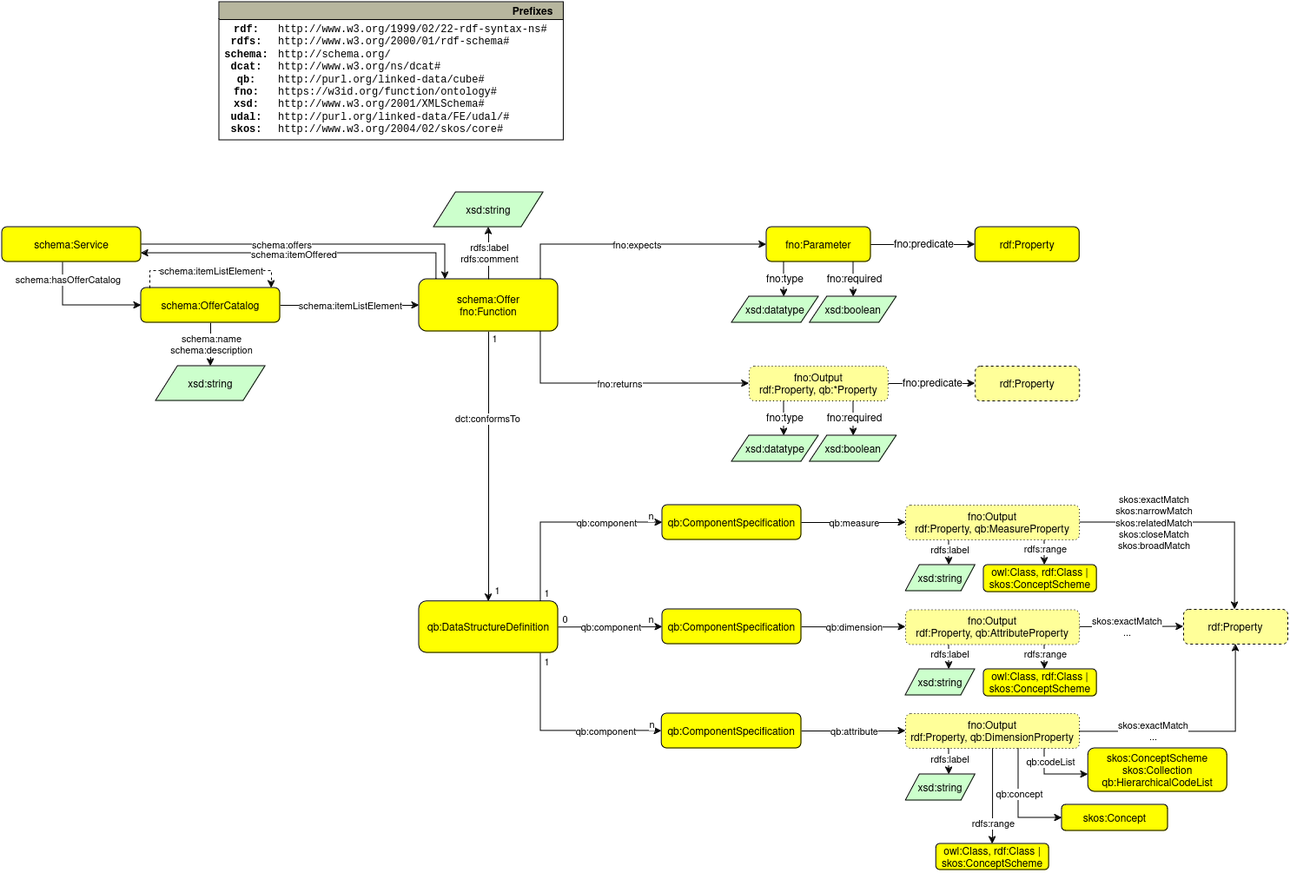
Above: design/core-classes-diagram.drawio.png in fair-ease/dataset-demand-register (draw.io), before the change. Source tidied: cells renumbered, new cells last; positions are measured from the earlier drawing's top-left corner, leaving out a move shared by most shapes.
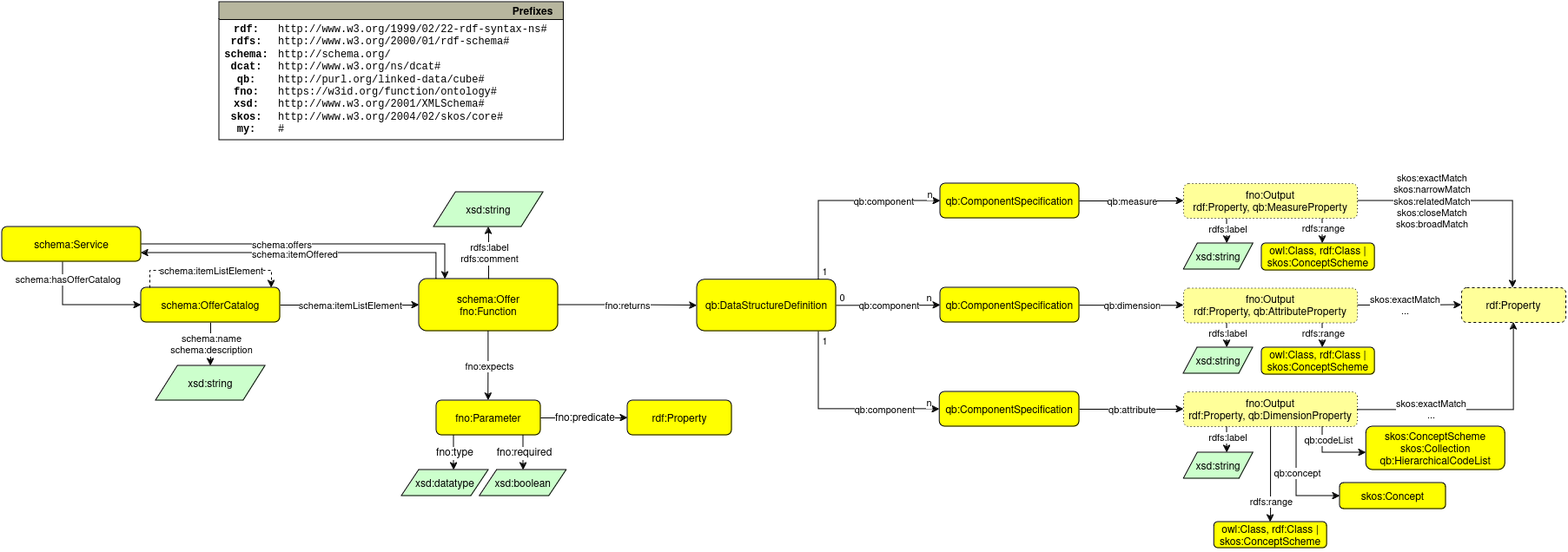
Later version of the same file.

The edit, as a diff of the source:
```diff
@@ -43,7 +43,7 @@
       <mxGeometry relative="1" as="geometry" />
     </mxCell>
     <mxCell id="12" value="xsd:string" style="graphMlID=n6;shape=parallelogram;fillColor=#ccffcc;strokeColor=#000000;strokeWidth=1.0;" parent="1" vertex="1">
-      <mxGeometry x="497" y="219" width="126.1" height="40" as="geometry" />
+      <mxGeometry x="177" y="589" width="126.1" height="40" as="geometry" />
     </mxCell>
     <mxCell id="13" style="rounded=0;jettySize=auto;html=1;" parent="1" edge="1" source="3" target="95">
       <mxGeometry relative="1" as="geometry" />
@@ -57,37 +57,17 @@
     <mxCell id="16" value="qb:dimension" style="edgeLabel;html=1;align=center;verticalAlign=middle;" parent="15" vertex="1">
       <mxGeometry relative="1" as="geometry" />
     </mxCell>
-    <mxCell id="17" style="edgeStyle=orthogonalEdgeStyle;rounded=0;jettySize=auto;html=1;" parent="1" edge="1" source="21" target="78">
-      <mxGeometry relative="1" as="geometry" />
-    </mxCell>
-    <mxCell id="18" value="dct:conformsTo" style="edgeLabel;html=1;align=center;verticalAlign=middle;" parent="17" vertex="1">
-      <mxGeometry x="-0.35" y="-2" relative="1" as="geometry" />
-    </mxCell>
-    <mxCell id="19" value="1" style="edgeLabel;html=1;align=center;verticalAlign=middle;" parent="17" vertex="1">
-      <mxGeometry x="-0.94" relative="1" as="geometry">
-        <mxPoint x="6" as="offset" />
-      </mxGeometry>
-    </mxCell>
-    <mxCell id="20" value="1" style="edgeLabel;html=1;align=center;verticalAlign=middle;" parent="17" vertex="1">
-      <mxGeometry x="0.92" y="1" relative="1" as="geometry">
-        <mxPoint x="8" as="offset" />
-      </mxGeometry>
-    </mxCell>
     <mxCell id="21" value="schema:Offer&#10;fno:Function" style="graphMlID=n4;shape=rect;rounded=1;arcsize=30;fillColor=#ffff00;strokeColor=#000000;strokeWidth=1.0;fontSize=12;fontStyle=0;" parent="1" vertex="1">
-      <mxGeometry x="480" y="319" width="160" height="60" as="geometry" />
+      <mxGeometry x="160" y="689" width="160" height="60" as="geometry" />
     </mxCell>
     <mxCell id="22" style="rounded=0;jettySize=auto;html=1;edgeStyle=orthogonalEdgeStyle;" parent="1" edge="1" source="21" target="24">
-      <mxGeometry relative="1" as="geometry">
-        <Array as="points">
-          <mxPoint x="620" y="279" />
-        </Array>
-      </mxGeometry>
+      <mxGeometry relative="1" as="geometry" />
     </mxCell>
     <mxCell id="23" value="fno:expects" style="edgeLabel;html=1;align=center;verticalAlign=middle;" parent="22" vertex="1">
       <mxGeometry relative="1" as="geometry" />
     </mxCell>
     <mxCell id="24" value="fno:Parameter" style="graphMlID=n4;shape=rect;rounded=1;arcsize=30;fillColor=#ffff00;strokeColor=#000000;strokeWidth=1.0;" parent="1" vertex="1">
-      <mxGeometry x="879.9" y="259" width="120" height="40" as="geometry" />
+      <mxGeometry x="179.9" y="829" width="120" height="40" as="geometry" />
     </mxCell>
     <mxCell id="25" style="endArrow=classic;html=1;textDirection=ltr;rounded=0;edgeStyle=orthogonalEdgeStyle;" parent="1" edge="1" source="24" target="91">
       <mxGeometry relative="1" as="geometry" />
@@ -98,8 +78,8 @@
     <mxCell id="27" style="endArrow=classic;html=1;textDirection=ltr;rounded=0;edgeStyle=orthogonalEdgeStyle;" parent="1" edge="1" source="24" target="62">
       <mxGeometry relative="1" as="geometry">
         <Array as="points">
-          <mxPoint x="900" y="329" />
-          <mxPoint x="900" y="329" />
+          <mxPoint x="200" y="899" />
+          <mxPoint x="200" y="899" />
         </Array>
       </mxGeometry>
     </mxCell>
@@ -109,8 +89,8 @@
     <mxCell id="29" style="endArrow=classic;html=1;textDirection=ltr;rounded=0;edgeStyle=orthogonalEdgeStyle;" parent="1" edge="1" source="24" target="54">
       <mxGeometry relative="1" as="geometry">
         <Array as="points">
-          <mxPoint x="980" y="329" />
-          <mxPoint x="980" y="329" />
+          <mxPoint x="280" y="899" />
+          <mxPoint x="280" y="899" />
         </Array>
       </mxGeometry>
     </mxCell>
@@ -130,12 +110,12 @@
       <mxGeometry relative="1" as="geometry" />
     </mxCell>
     <mxCell id="35" value="schema:OfferCatalog" style="graphMlID=n4;shape=rect;rounded=1;arcsize=30;fillColor=#ffff00;strokeColor=#000000;strokeWidth=1.0;fontStyle=0;" parent="1" vertex="1">
-      <mxGeometry x="160" y="329" width="160" height="40" as="geometry" />
+      <mxGeometry x="-160" y="699" width="160" height="40" as="geometry" />
     </mxCell>
     <mxCell id="36" style="rounded=0;orthogonalLoop=1;jettySize=auto;html=1;dashed=1;edgeStyle=orthogonalEdgeStyle;" parent="1" edge="1" source="35" target="35">
       <mxGeometry relative="1" as="geometry">
         <Array as="points">
-          <mxPoint x="310" y="309" />
+          <mxPoint x="-10" y="679" />
         </Array>
       </mxGeometry>
     </mxCell>
@@ -186,39 +166,11 @@
     <mxCell id="47" value="qb:ComponentSpecification" style="graphMlID=n4;shape=rect;rounded=1;arcsize=30;fillColor=#FFFF00;strokeColor=#000000;strokeWidth=1.0;" parent="1" vertex="1">
       <mxGeometry x="759.2" y="819" width="160.8" height="40" as="geometry" />
     </mxCell>
-    <mxCell id="48" style="endArrow=classic;html=1;textDirection=ltr;rounded=0;edgeStyle=orthogonalEdgeStyle;" parent="1" edge="1" source="94" target="97">
-      <mxGeometry relative="1" as="geometry" />
-    </mxCell>
-    <mxCell id="49" value="fno:predicate" style="text;html=1;align=center;verticalAlign=middle;labelBackgroundColor=#ffffff;rotation=0;" parent="48" vertex="1">
-      <mxGeometry relative="1" as="geometry" />
-    </mxCell>
-    <mxCell id="50" style="endArrow=classic;html=1;textDirection=ltr;rounded=0;edgeStyle=orthogonalEdgeStyle;" parent="1" edge="1" source="94" target="83">
-      <mxGeometry relative="1" as="geometry">
-        <Array as="points">
-          <mxPoint x="900" y="489" />
-          <mxPoint x="900" y="489" />
-        </Array>
-      </mxGeometry>
-    </mxCell>
-    <mxCell id="51" value="fno:type" style="text;html=1;align=center;verticalAlign=middle;labelBackgroundColor=#ffffff;rotation=0;" parent="50" vertex="1">
-      <mxGeometry relative="1" as="geometry" />
-    </mxCell>
-    <mxCell id="52" style="endArrow=classic;html=1;textDirection=ltr;rounded=0;edgeStyle=orthogonalEdgeStyle;" parent="1" edge="1" source="94" target="82">
-      <mxGeometry relative="1" as="geometry">
-        <Array as="points">
-          <mxPoint x="980" y="489" />
-          <mxPoint x="980" y="489" />
-        </Array>
-      </mxGeometry>
-    </mxCell>
-    <mxCell id="53" value="fno:required" style="text;html=1;align=center;verticalAlign=middle;labelBackgroundColor=#ffffff;rotation=0;" parent="52" vertex="1">
-      <mxGeometry relative="1" as="geometry" />
-    </mxCell>
     <mxCell id="54" value="xsd:boolean" style="graphMlID=n6;shape=parallelogram;fillColor=#ccffcc;strokeColor=#000000;strokeWidth=1.0;" parent="1" vertex="1">
-      <mxGeometry x="929.8" y="339" width="100" height="30" as="geometry" />
+      <mxGeometry x="229.8" y="909" width="100" height="30" as="geometry" />
     </mxCell>
     <mxCell id="55" value="xsd:string" style="graphMlID=n6;shape=parallelogram;fillColor=#ccffcc;strokeColor=#000000;strokeWidth=1.0;" parent="1" vertex="1">
-      <mxGeometry x="176.9" y="419" width="126.1" height="40" as="geometry" />
+      <mxGeometry x="-143.1" y="789" width="126.1" height="40" as="geometry" />
     </mxCell>
     <mxCell id="56" style="rounded=0;jettySize=auto;html=1;" parent="1" edge="1" source="2" target="90">
       <mxGeometry relative="1" as="geometry" />
@@ -254,7 +206,7 @@
       </mxGeometry>
     </mxCell>
     <mxCell id="62" value="xsd:datatype" style="graphMlID=n6;shape=parallelogram;fillColor=#ccffcc;strokeColor=#000000;strokeWidth=1.0;" parent="1" vertex="1">
-      <mxGeometry x="840" y="339" width="100" height="30" as="geometry" />
+      <mxGeometry x="140" y="909" width="100" height="30" as="geometry" />
     </mxCell>
     <mxCell id="63" style="rounded=0;jettySize=auto;html=1;edgeStyle=orthogonalEdgeStyle;" parent="1" edge="1" source="96" target="99">
       <mxGeometry relative="1" as="geometry">
@@ -329,12 +281,12 @@
       </mxGeometry>
     </mxCell>
     <mxCell id="75" value="Prefixes" style="graphMlID=n0;shape=swimlane;startSize=20;fillColor=#b7b69e;strokeColor=#000000;strokeWidth=1.0;align=right;spacingRight=10;fontStyle=1;" parent="1" vertex="1">
-      <mxGeometry x="250" width="396.4" height="159" as="geometry" />
+      <mxGeometry x="-70" y="370" width="396.4" height="159" as="geometry" />
     </mxCell>
-    <mxCell id="76" value="&lt;b&gt;rdf:&lt;/b&gt;&lt;div&gt;&lt;b&gt;rdfs:&lt;br&gt;&lt;/b&gt;&lt;/div&gt;&lt;div&gt;&lt;b&gt;schema:&lt;/b&gt;&lt;/div&gt;&lt;div&gt;&lt;b&gt;dcat:&lt;/b&gt;&lt;/div&gt;&lt;div&gt;&lt;b&gt;qb:&lt;br&gt;&lt;/b&gt;&lt;/div&gt;&lt;div&gt;&lt;b&gt;fno:&lt;/b&gt;&lt;/div&gt;&lt;div&gt;&lt;b&gt;xsd:&lt;/b&gt;&lt;/div&gt;&lt;div&gt;&lt;b&gt;udal:&lt;br&gt;&lt;/b&gt;&lt;/div&gt;&lt;div&gt;&lt;b&gt;skos:&lt;/b&gt;&lt;br&gt;&lt;/div&gt;" style="text;html=1;align=center;verticalAlign=middle;fontFamily=Courier New;" parent="75" vertex="1">
+    <mxCell id="76" value="&lt;b&gt;rdf:&lt;/b&gt;&lt;div&gt;&lt;b&gt;rdfs:&lt;br&gt;&lt;/b&gt;&lt;/div&gt;&lt;div&gt;&lt;b&gt;schema:&lt;/b&gt;&lt;/div&gt;&lt;div&gt;&lt;b&gt;dcat:&lt;/b&gt;&lt;/div&gt;&lt;div&gt;&lt;b&gt;qb:&lt;br&gt;&lt;/b&gt;&lt;/div&gt;&lt;div&gt;&lt;b&gt;fno:&lt;/b&gt;&lt;/div&gt;&lt;div&gt;&lt;b&gt;xsd:&lt;/b&gt;&lt;/div&gt;&lt;div&gt;&lt;b&gt;skos:&lt;/b&gt;&lt;/div&gt;&lt;div&gt;&lt;b&gt;my:&lt;br&gt;&lt;/b&gt;&lt;/div&gt;" style="text;html=1;align=center;verticalAlign=middle;fontFamily=Courier New;" parent="75" vertex="1">
       <mxGeometry x="-3.6" y="19" width="70" height="140" as="geometry" />
     </mxCell>
-    <mxCell id="77" value="&lt;div&gt;http://www.w3.org/1999/02/22-rdf-syntax-ns#&lt;/div&gt;&lt;div&gt;http://www.w3.org/2000/01/rdf-schema#&lt;br&gt;&lt;/div&gt;&lt;div&gt;http://schema.org/&lt;/div&gt;&lt;div&gt;http://www.w3.org/ns/dcat#&lt;/div&gt;&lt;div&gt;&lt;div&gt;http://purl.org/linked-data/cube#&lt;/div&gt;&lt;/div&gt;&lt;div&gt;https://w3id.org/function/ontology#&lt;/div&gt;&lt;div&gt;http://www.w3.org/2001/XMLSchema#&lt;/div&gt;&lt;div&gt;http://purl.org/linked-data/FE/udal/#&lt;br&gt;http://www.w3.org/2004/02/skos/core#&lt;/div&gt;" style="text;html=1;align=left;verticalAlign=middle;fontFamily=Courier New;" parent="75" vertex="1">
+    <mxCell id="77" value="&lt;div&gt;http://www.w3.org/1999/02/22-rdf-syntax-ns#&lt;/div&gt;&lt;div&gt;http://www.w3.org/2000/01/rdf-schema#&lt;br&gt;&lt;/div&gt;&lt;div&gt;http://schema.org/&lt;/div&gt;&lt;div&gt;http://www.w3.org/ns/dcat#&lt;/div&gt;&lt;div&gt;&lt;div&gt;http://purl.org/linked-data/cube#&lt;/div&gt;&lt;/div&gt;&lt;div&gt;https://w3id.org/function/ontology#&lt;/div&gt;&lt;div&gt;http://www.w3.org/2001/XMLSchema#&lt;/div&gt;&lt;div&gt;http://www.w3.org/2004/02/skos/core#&lt;/div&gt;&lt;div&gt;#&lt;br&gt;&lt;/div&gt;" style="text;html=1;align=left;verticalAlign=middle;fontFamily=Courier New;" parent="75" vertex="1">
       <mxGeometry x="66.4" y="19" width="330" height="140" as="geometry" />
     </mxCell>
     <mxCell id="78" value="qb:DataStructureDefinition" style="graphMlID=n4;shape=rect;rounded=1;arcsize=30;fillColor=#ffff00;strokeColor=#000000;strokeWidth=1.0;fontSize=12;fontStyle=0;" parent="1" vertex="1">
@@ -349,12 +301,6 @@
     <mxCell id="81" value="xsd:string" style="graphMlID=n6;shape=parallelogram;fillColor=#ccffcc;strokeColor=#000000;strokeWidth=1.0;" parent="1" vertex="1">
       <mxGeometry x="1040.1" y="647.9" width="80" height="30" as="geometry" />
     </mxCell>
-    <mxCell id="82" value="xsd:boolean" style="graphMlID=n6;shape=parallelogram;fillColor=#ccffcc;strokeColor=#000000;strokeWidth=1.0;" parent="1" vertex="1">
-      <mxGeometry x="929.8" y="499" width="100" height="30" as="geometry" />
-    </mxCell>
-    <mxCell id="83" value="xsd:datatype" style="graphMlID=n6;shape=parallelogram;fillColor=#ccffcc;strokeColor=#000000;strokeWidth=1.0;" parent="1" vertex="1">
-      <mxGeometry x="840" y="499" width="100" height="30" as="geometry" />
-    </mxCell>
     <mxCell id="84" style="rounded=0;jettySize=auto;html=1;edgeStyle=orthogonalEdgeStyle;" parent="1" edge="1" source="2" target="88">
       <mxGeometry relative="1" as="geometry">
         <Array as="points">
@@ -389,30 +335,20 @@
       <mxGeometry x="1075.1" y="969" width="129.9" height="30" as="geometry" />
     </mxCell>
     <mxCell id="91" value="rdf:Property" style="graphMlID=n4;shape=rect;rounded=1;arcsize=30;fillColor=#ffff00;strokeColor=#000000;strokeWidth=1.0;" parent="1" vertex="1">
-      <mxGeometry x="1120.1" y="259" width="120" height="40" as="geometry" />
+      <mxGeometry x="400" y="829" width="120" height="40" as="geometry" />
     </mxCell>
-    <mxCell id="92" style="rounded=0;jettySize=auto;html=1;edgeStyle=orthogonalEdgeStyle;" parent="1" edge="1" source="21" target="94">
-      <mxGeometry relative="1" as="geometry">
-        <Array as="points">
-          <mxPoint x="620" y="439" />
-        </Array>
-      </mxGeometry>
+    <mxCell id="92" style="rounded=0;jettySize=auto;html=1;edgeStyle=orthogonalEdgeStyle;" parent="1" edge="1" source="21" target="78">
+      <mxGeometry relative="1" as="geometry" />
     </mxCell>
     <mxCell id="93" value="fno:returns" style="edgeLabel;html=1;align=center;verticalAlign=middle;" parent="92" vertex="1">
       <mxGeometry relative="1" as="geometry" />
     </mxCell>
-    <mxCell id="94" value="fno:Output&#10;rdf:Property, qb:*Property" style="graphMlID=n5;shape=rect;rounded=1;arcsize=30;fillColor=#ffff99;strokeColor=#000000;strokeWidth=1.0;dashed=1;dashPattern=1 3;" parent="1" vertex="1">
-      <mxGeometry x="860" y="419" width="159.9" height="40" as="geometry" />
-    </mxCell>
     <mxCell id="95" value="fno:Output&#10;rdf:Property, qb:MeasureProperty" style="graphMlID=n5;shape=rect;rounded=1;arcsize=30;fillColor=#ffff99;strokeColor=#000000;strokeWidth=1.0;dashed=1;dashPattern=1 3;" parent="1" vertex="1">
       <mxGeometry x="1040" y="579" width="200.1" height="40" as="geometry" />
     </mxCell>
     <mxCell id="96" value="fno:Output&#10;rdf:Property, qb:AttributeProperty" style="graphMlID=n5;shape=rect;rounded=1;arcsize=30;fillColor=#ffff99;strokeColor=#000000;strokeWidth=1.0;dashed=1;dashPattern=1 3;" parent="1" vertex="1">
       <mxGeometry x="1040" y="699.5" width="200.1" height="40" as="geometry" />
     </mxCell>
-    <mxCell id="97" value="rdf:Property" style="graphMlID=n4;shape=rect;rounded=1;arcsize=30;fillColor=#FFFF99;strokeColor=#000000;strokeWidth=1.0;dashed=1;" parent="1" vertex="1">
-      <mxGeometry x="1120.1" y="419" width="120" height="40" as="geometry" />
-    </mxCell>
     <mxCell id="98" value="rdf:Property" style="graphMlID=n4;shape=rect;rounded=1;arcsize=30;fillColor=#FFFF99;strokeColor=#000000;strokeWidth=1.0;dashed=1;" parent="1" vertex="1">
       <mxGeometry x="1360" y="699" width="120" height="40" as="geometry" />
     </mxCell>
@@ -425,7 +361,7 @@
     <mxCell id="101" style="edgeStyle=orthogonalEdgeStyle;rounded=0;jettySize=auto;html=1;" parent="1" edge="1" source="21" target="107">
       <mxGeometry relative="1" as="geometry">
         <Array as="points">
-          <mxPoint x="500" y="289" />
+          <mxPoint x="180" y="659" />
         </Array>
       </mxGeometry>
     </mxCell>
@@ -435,7 +371,7 @@
     <mxCell id="103" style="edgeStyle=orthogonalEdgeStyle;rounded=0;jettySize=auto;html=1;" parent="1" edge="1" source="107" target="35">
       <mxGeometry relative="1" as="geometry">
         <Array as="points">
-          <mxPoint x="70" y="349" />
+          <mxPoint x="-250" y="719" />
         </Array>
       </mxGeometry>
     </mxCell>
@@ -447,7 +383,7 @@
     <mxCell id="105" style="edgeStyle=orthogonalEdgeStyle;rounded=0;jettySize=auto;html=1;" parent="1" edge="1" source="107" target="21">
       <mxGeometry relative="1" as="geometry">
         <Array as="points">
-          <mxPoint x="510" y="279" />
+          <mxPoint x="190" y="649" />
         </Array>
       </mxGeometry>
     </mxCell>
@@ -455,7 +391,7 @@
       <mxGeometry x="-0.17" relative="1" as="geometry" />
     </mxCell>
     <mxCell id="107" value="schema:Service" style="graphMlID=n4;shape=rect;rounded=1;arcsize=30;fillColor=#ffff00;strokeColor=#000000;strokeWidth=1.0;" parent="1" vertex="1">
-      <mxGeometry y="259" width="160" height="40" as="geometry" />
+      <mxGeometry x="-320" y="629" width="160" height="40" as="geometry" />
     </mxCell>
   </root>
 </mxGraphModel>
```
